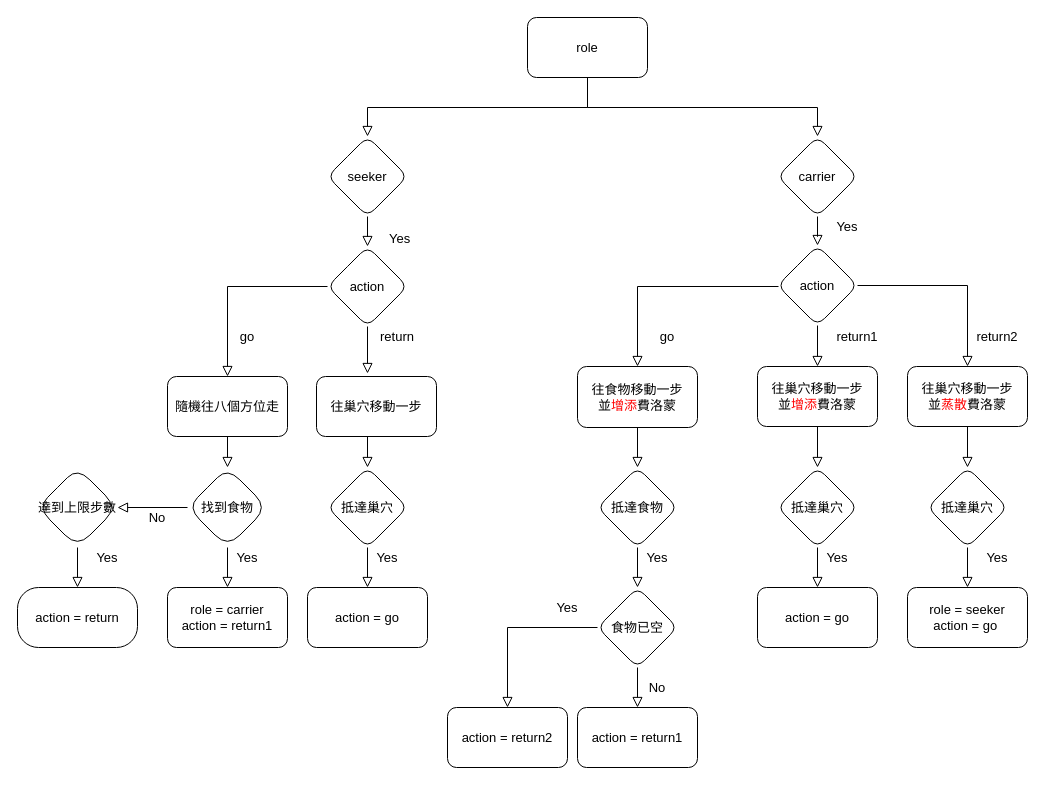
This is page "Page-1" (1 of 2) of Untitled Diagram.drawio from QiuBingCheng/AntColonySimulation, a draw.io file, before an edit. Source tidied: cells renumbered, new cells numbered last; positions are measured from the earlier drawing's top-left corner, leaving out a move shared by most shapes. Both pictures are drawn from the tidied source at 100%, with x=0, y=0 at pixel (17, 17).
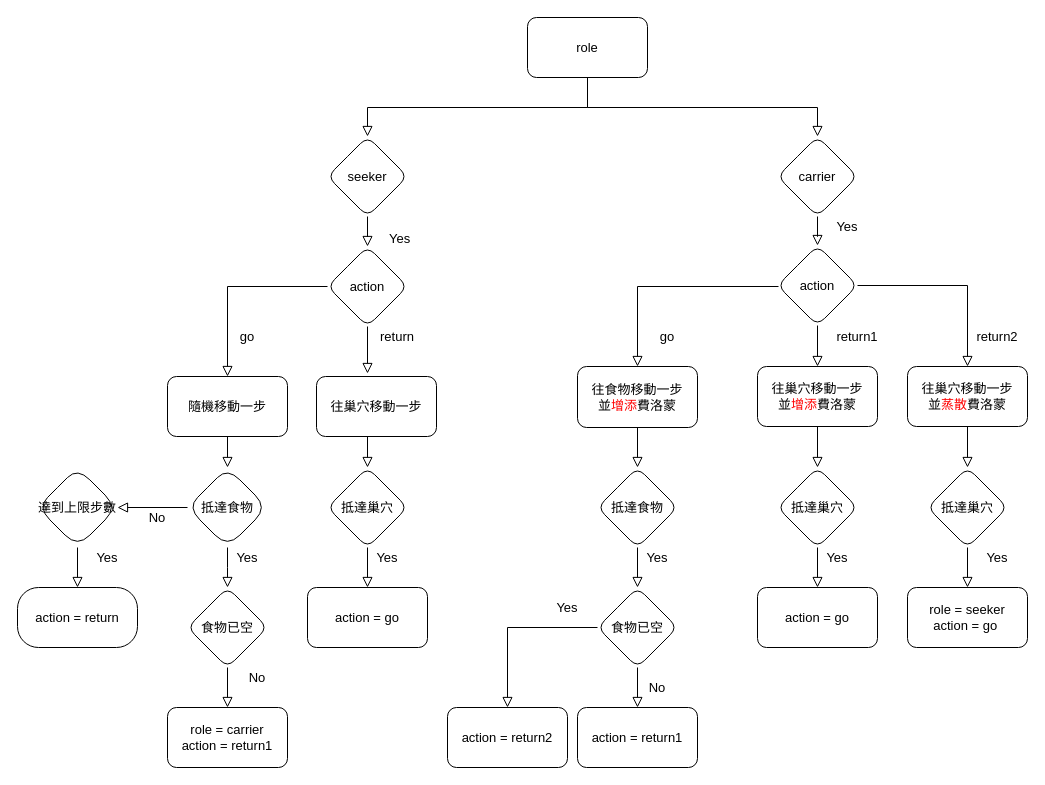
The same page after the edit.

Diff of the diagram source:
```diff
@@
-    <mxCell id="15" value="隨機往八個方位走" style="whiteSpace=wrap;html=1;rounded=1;shadow=0;strokeWidth=1;glass=0;fontSize=13;" parent="1" vertex="1">
+    <mxCell id="15" value="隨機移動一步" style="whiteSpace=wrap;html=1;rounded=1;shadow=0;strokeWidth=1;glass=0;fontSize=13;" parent="1" vertex="1">
       <mxGeometry x="150" y="359" width="120" height="60" as="geometry" />
     </mxCell>
@@
-    <mxCell id="25" style="edgeStyle=orthogonalEdgeStyle;rounded=0;jettySize=auto;html=1;shadow=0;labelBackgroundColor=none;endArrow=block;endFill=0;endSize=8;strokeWidth=1;align=left;fontSize=13;" parent="1" edge="1" source="27" target="28">
-      <mxGeometry relative="1" as="geometry" />
+    <mxCell id="25" style="edgeStyle=orthogonalEdgeStyle;rounded=0;jettySize=auto;html=1;shadow=0;labelBackgroundColor=none;endArrow=block;endFill=0;endSize=8;strokeWidth=1;align=left;fontSize=13;" parent="1" edge="1" source="27">
+      <mxGeometry relative="1" as="geometry">
+        <mxPoint x="210" y="570" as="targetPoint" />
+      </mxGeometry>
     </mxCell>
@@
-    <mxCell id="27" value="找到食物" style="rhombus;whiteSpace=wrap;html=1;rounded=1;shadow=0;strokeWidth=1;glass=0;arcSize=35;fontSize=13;" parent="1" vertex="1">
+    <mxCell id="27" value="抵達食物" style="rhombus;whiteSpace=wrap;html=1;rounded=1;shadow=0;strokeWidth=1;glass=0;arcSize=35;fontSize=13;" parent="1" vertex="1">
       <mxGeometry x="170" y="450" width="80" height="80" as="geometry" />
     </mxCell>
-    <mxCell id="28" value="role = carrier&lt;br style=&quot;font-size: 13px&quot;&gt;action = return1" style="whiteSpace=wrap;html=1;rounded=1;shadow=0;strokeWidth=1;glass=0;fontSize=13;" parent="1" vertex="1">
-      <mxGeometry x="150" y="570" width="120" height="60" as="geometry" />
-    </mxCell>
@@
+    <mxCell id="28" value="role = carrier&lt;br style=&quot;font-size: 13px&quot;&gt;action = return1" style="whiteSpace=wrap;html=1;rounded=1;shadow=0;strokeWidth=1;glass=0;fontSize=13;" parent="1" vertex="1">
+      <mxGeometry x="150" y="690" width="120" height="60" as="geometry" />
+    </mxCell>
+    <mxCell id="64" style="edgeStyle=orthogonalEdgeStyle;rounded=0;jettySize=auto;html=1;shadow=0;labelBackgroundColor=none;endArrow=block;endFill=0;endSize=8;strokeWidth=1;fontSize=13;align=left;" parent="1" edge="1" source="65" target="28">
+      <mxGeometry relative="1" as="geometry" />
+    </mxCell>
+    <mxCell id="65" value="食物已空" style="rhombus;whiteSpace=wrap;html=1;rounded=1;shadow=0;strokeWidth=1;glass=0;fontSize=13;" parent="1" vertex="1">
+      <mxGeometry x="170" y="570" width="80" height="80" as="geometry" />
+    </mxCell>
+    <mxCell id="66" value="No" style="text;html=1;strokeColor=none;fillColor=none;align=center;verticalAlign=middle;whiteSpace=wrap;rounded=0;fontColor=#000000;fontSize=13;" parent="1" vertex="1">
+      <mxGeometry x="220" y="650" width="40" height="20" as="geometry" />
+    </mxCell>
```
